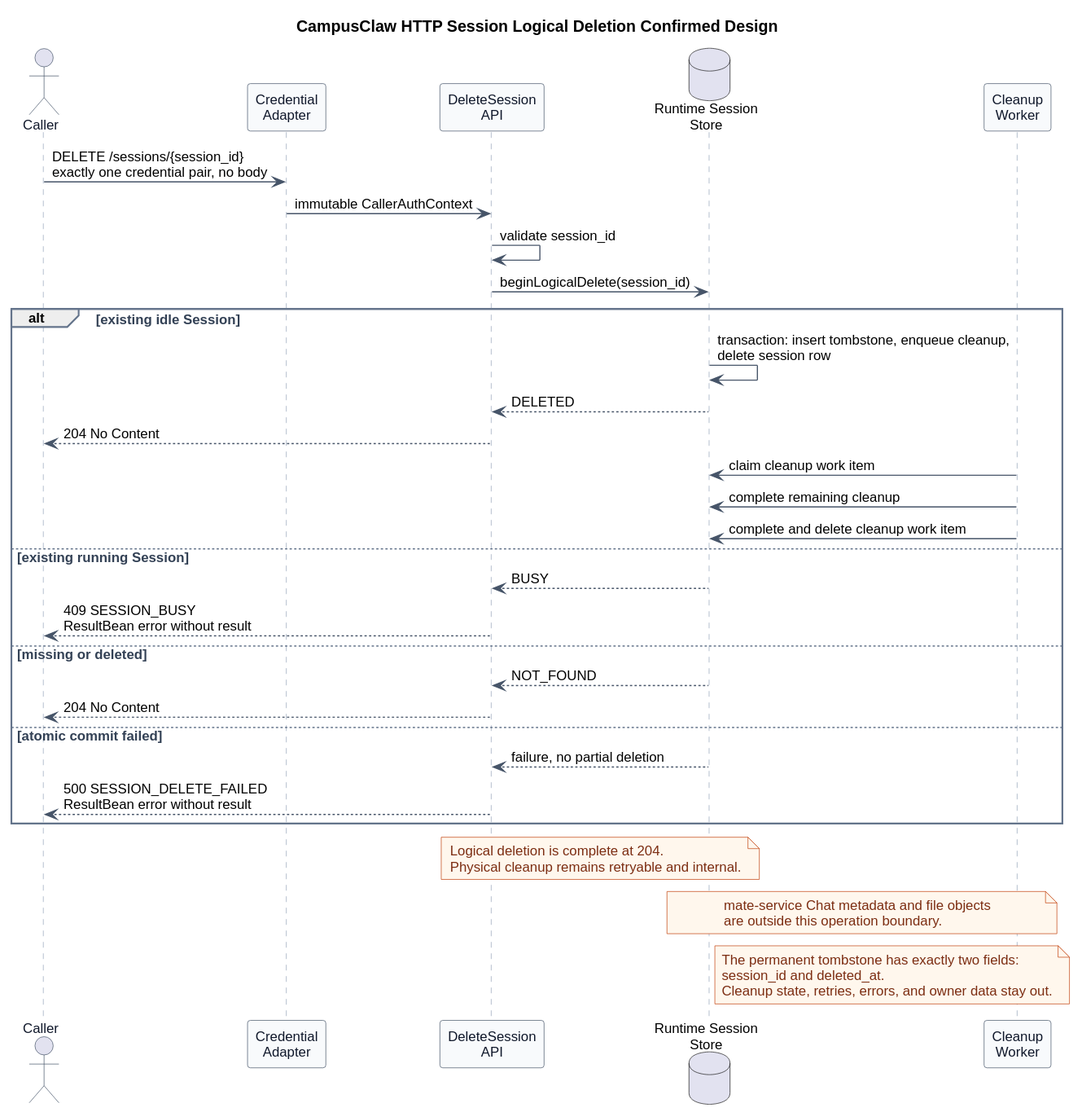
Above: pi-mono-java-manager-driven-multi-agent-runtime/diagrams/session-lifecycle/http_delete_session.svg in ssm0808/pi-mono-java-design (PlantUML), before the change. Its diagram source:
```plantuml
@startuml
title CampusClaw HTTP Session Logical Deletion Confirmed Design


skinparam backgroundColor #FFFFFF
skinparam shadowing false
skinparam defaultFontName Arial
skinparam defaultFontSize 12
skinparam sequence {
  ArrowColor #475569
  ActorBorderColor #475569
  ActorFontColor #0F172A
  LifeLineBorderColor #94A3B8
  LifeLineBackgroundColor #F8FAFC
  ParticipantBorderColor #475569
  ParticipantBackgroundColor #F8FAFC
  ParticipantFontColor #0F172A
  GroupBorderColor #64748B
  GroupFontColor #334155
}
skinparam note {
  BackgroundColor #FFF7ED
  BorderColor #C2410C
  FontColor #7C2D12
}

actor Caller
participant "Credential\nAdapter" as Auth
participant "DeleteSession\nAPI" as API
database "Runtime Session\nStore" as Store
participant "Cleanup\nWorker" as Worker

Caller -> Auth : DELETE /sessions/{session_id}\nexactly one credential pair, no body
Auth -> API : immutable CallerAuthContext
API -> API : validate session_id
API -> Store : beginLogicalDelete(session_id)

alt existing idle Session
  Store -> Store : transaction: insert tombstone, enqueue cleanup,\ndelete session row
  Store --> API : DELETED
  API --> Caller : 204 No Content
  Worker -> Store : claim cleanup work item
  Worker -> Store : complete remaining cleanup
  Worker -> Store : complete and delete cleanup work item
else existing running Session
  Store --> API : BUSY
  API --> Caller : 409 SESSION_BUSY\nResultBean error without result
else missing or deleted
  Store --> API : NOT_FOUND
  API --> Caller : 204 No Content
else atomic commit failed
  Store --> API : failure, no partial deletion
  API --> Caller : 500 SESSION_DELETE_FAILED\nResultBean error without result
end

note over API,Store
Logical deletion is complete at 204.
Physical cleanup remains retryable and internal.
end note

note over Store,Worker
mate-service Chat metadata and file objects
are outside this operation boundary.
end note

note right of Store
The permanent tombstone has exactly two fields:
session_id and deleted_at.
Cleanup state, retries, errors, and owner data stay out.
end note
@enduml
```
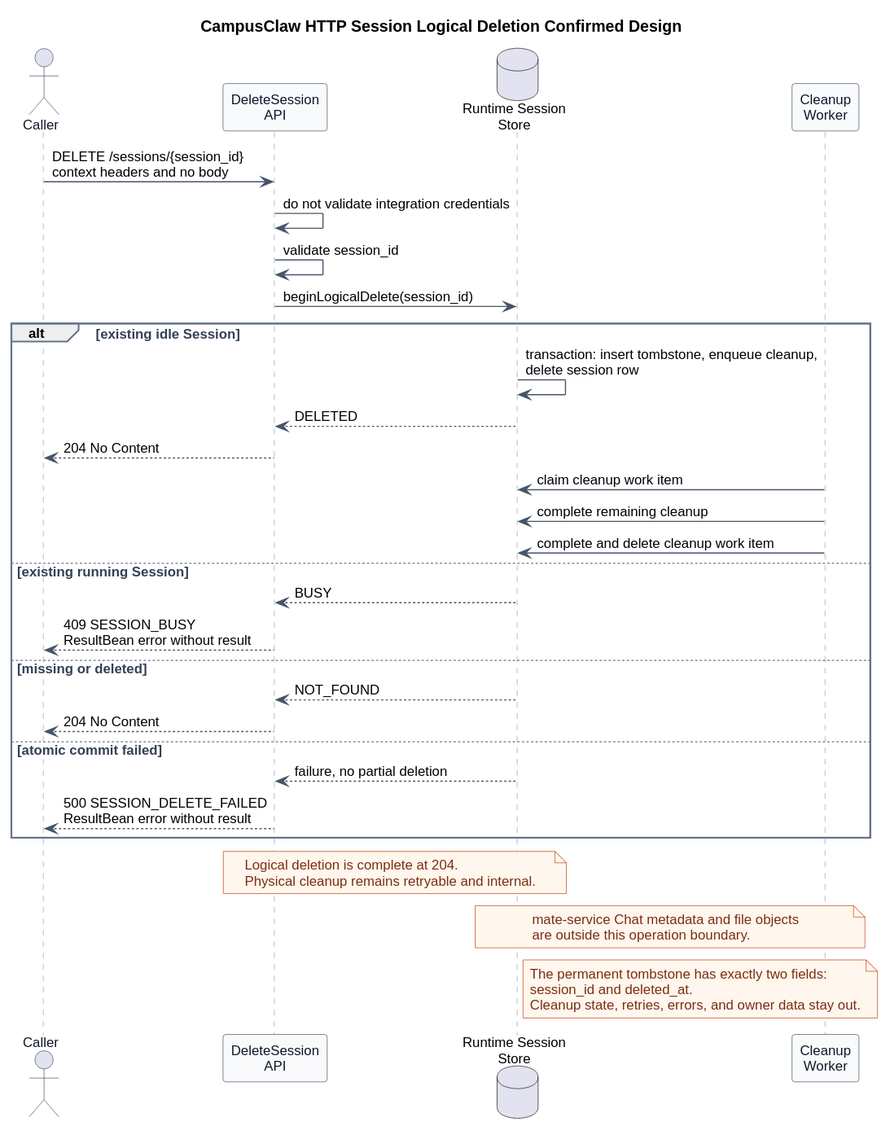
Later version of the same file.

The edit, as a diff of the source:
```diff
@@ -25,13 +25,12 @@
 }
 
 actor Caller
-participant "Credential\nAdapter" as Auth
 participant "DeleteSession\nAPI" as API
 database "Runtime Session\nStore" as Store
 participant "Cleanup\nWorker" as Worker
 
-Caller -> Auth : DELETE /sessions/{session_id}\nexactly one credential pair, no body
-Auth -> API : immutable CallerAuthContext
+Caller -> API : DELETE /sessions/{session_id}\ncontext headers and no body
+API -> API : do not validate integration credentials
 API -> API : validate session_id
 API -> Store : beginLogicalDelete(session_id)
 
```
